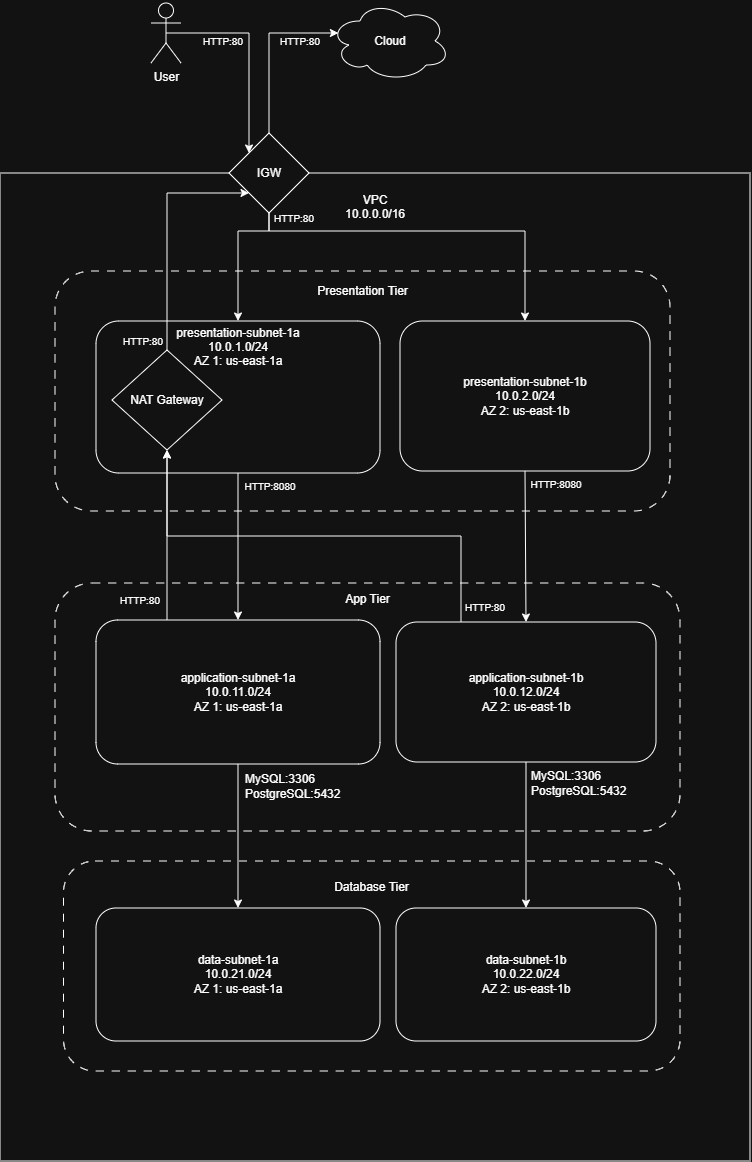
Earlier version of the draw.io export architecture/network-diagram.png (Jcaldana97/ce-project-three-tier-arch). Source tidied: cells renumbered, new cells last; positions are measured from the earlier drawing's top-left corner, leaving out a move shared by most shapes.
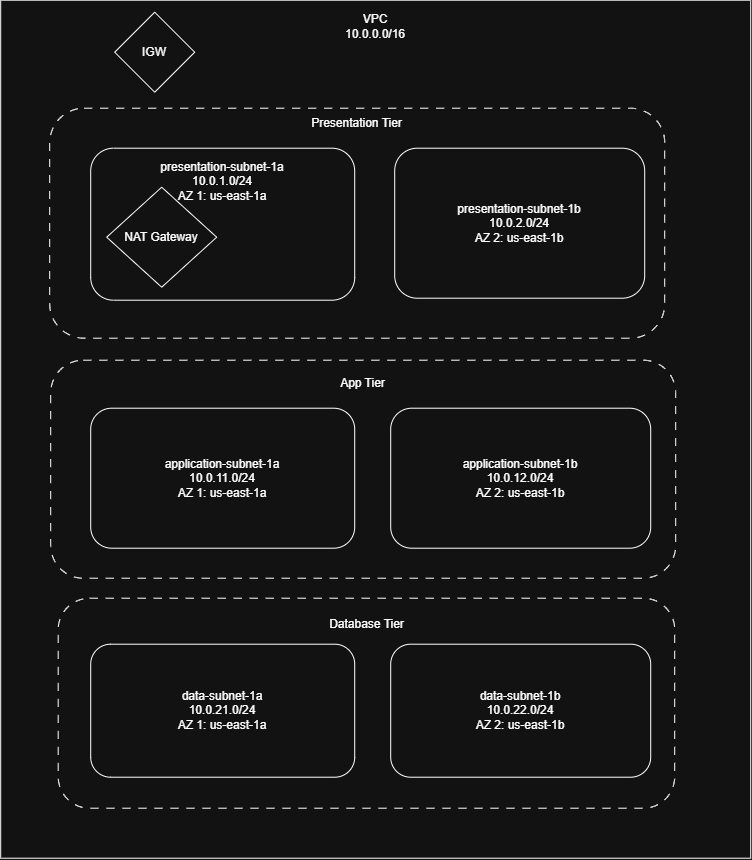
Above is the later version.

Commit message:
Add Traffic Flow Diagram

What changed in the source:
```diff
@@ -2,128 +2,41 @@
   <root>
     <mxCell id="0" />
     <mxCell id="1" parent="0" />
-    <mxCell id="2" value="&lt;div&gt;VPC&lt;/div&gt;&lt;div&gt;10.0.0.0/16&lt;/div&gt;&lt;div&gt;&lt;br&gt;&lt;/div&gt;&lt;div&gt;&lt;br&gt;&lt;/div&gt;&lt;div&gt;&lt;br&gt;&lt;/div&gt;&lt;div&gt;&lt;br&gt;&lt;/div&gt;&lt;div&gt;&lt;br&gt;&lt;/div&gt;&lt;div&gt;&lt;br&gt;&lt;/div&gt;&lt;div&gt;&lt;br&gt;&lt;/div&gt;&lt;div&gt;&lt;br&gt;&lt;/div&gt;&lt;div&gt;&lt;br&gt;&lt;/div&gt;&lt;div&gt;&lt;br&gt;&lt;/div&gt;&lt;div&gt;&lt;br&gt;&lt;/div&gt;&lt;div&gt;&lt;br&gt;&lt;/div&gt;&lt;div&gt;&lt;br&gt;&lt;/div&gt;&lt;div&gt;&lt;br&gt;&lt;/div&gt;&lt;div&gt;&lt;br&gt;&lt;/div&gt;&lt;div&gt;&lt;br&gt;&lt;/div&gt;&lt;div&gt;&lt;br&gt;&lt;/div&gt;&lt;div&gt;&lt;br&gt;&lt;/div&gt;&lt;div&gt;&lt;br&gt;&lt;/div&gt;&lt;div&gt;&lt;br&gt;&lt;/div&gt;&lt;div&gt;&lt;br&gt;&lt;/div&gt;&lt;div&gt;&lt;br&gt;&lt;/div&gt;&lt;div&gt;&lt;br&gt;&lt;/div&gt;&lt;div&gt;&lt;br&gt;&lt;/div&gt;&lt;div&gt;&lt;br&gt;&lt;/div&gt;&lt;div&gt;&lt;br&gt;&lt;/div&gt;&lt;div&gt;&lt;br&gt;&lt;/div&gt;&lt;div&gt;&lt;br&gt;&lt;/div&gt;&lt;div&gt;&lt;br&gt;&lt;/div&gt;&lt;div&gt;&lt;br&gt;&lt;/div&gt;&lt;div&gt;&lt;br&gt;&lt;/div&gt;&lt;div&gt;&lt;br&gt;&lt;/div&gt;&lt;div&gt;&lt;br&gt;&lt;/div&gt;&lt;div&gt;&lt;br&gt;&lt;/div&gt;&lt;div&gt;&lt;br&gt;&lt;/div&gt;&lt;div&gt;&lt;br&gt;&lt;/div&gt;&lt;div&gt;&lt;br&gt;&lt;/div&gt;&lt;div&gt;&lt;br&gt;&lt;/div&gt;&lt;div&gt;&lt;br&gt;&lt;/div&gt;&lt;div&gt;&lt;br&gt;&lt;/div&gt;&lt;div&gt;&lt;br&gt;&lt;/div&gt;&lt;div&gt;&lt;br&gt;&lt;/div&gt;&lt;div&gt;&lt;br&gt;&lt;/div&gt;&lt;div&gt;&lt;br&gt;&lt;/div&gt;&lt;div&gt;&lt;br&gt;&lt;/div&gt;&lt;div&gt;&lt;br&gt;&lt;/div&gt;&lt;div&gt;&lt;br&gt;&lt;/div&gt;&lt;div&gt;&lt;br&gt;&lt;/div&gt;&lt;div&gt;&lt;br&gt;&lt;/div&gt;&lt;div&gt;&lt;br&gt;&lt;/div&gt;&lt;div&gt;&lt;br&gt;&lt;/div&gt;&lt;div&gt;&lt;br&gt;&lt;/div&gt;&lt;div&gt;&lt;br&gt;&lt;/div&gt;&lt;div&gt;&lt;br&gt;&lt;/div&gt;&lt;div&gt;&lt;br&gt;&lt;/div&gt;&lt;div&gt;&lt;br&gt;&lt;/div&gt;&lt;div&gt;&lt;br&gt;&lt;/div&gt;&lt;div&gt;&lt;br&gt;&lt;/div&gt;&lt;div&gt;&lt;br&gt;&lt;/div&gt;&lt;div&gt;&lt;br&gt;&lt;/div&gt;&lt;div&gt;&lt;br&gt;&lt;/div&gt;&lt;div&gt;&lt;br&gt;&lt;/div&gt;&lt;div&gt;&lt;br&gt;&lt;/div&gt;&lt;div&gt;&lt;br&gt;&lt;/div&gt;" style="rounded=0;whiteSpace=wrap;html=1;" parent="1" vertex="1">
-      <mxGeometry y="172" width="750" height="988" as="geometry" />
+    <mxCell id="2" value="&lt;div&gt;VPC&lt;/div&gt;&lt;div&gt;10.0.0.0/16&lt;/div&gt;&lt;div&gt;&lt;br&gt;&lt;/div&gt;&lt;div&gt;&lt;br&gt;&lt;/div&gt;&lt;div&gt;&lt;br&gt;&lt;/div&gt;&lt;div&gt;&lt;br&gt;&lt;/div&gt;&lt;div&gt;&lt;br&gt;&lt;/div&gt;&lt;div&gt;&lt;br&gt;&lt;/div&gt;&lt;div&gt;&lt;br&gt;&lt;/div&gt;&lt;div&gt;&lt;br&gt;&lt;/div&gt;&lt;div&gt;&lt;br&gt;&lt;/div&gt;&lt;div&gt;&lt;br&gt;&lt;/div&gt;&lt;div&gt;&lt;br&gt;&lt;/div&gt;&lt;div&gt;&lt;br&gt;&lt;/div&gt;&lt;div&gt;&lt;br&gt;&lt;/div&gt;&lt;div&gt;&lt;br&gt;&lt;/div&gt;&lt;div&gt;&lt;br&gt;&lt;/div&gt;&lt;div&gt;&lt;br&gt;&lt;/div&gt;&lt;div&gt;&lt;br&gt;&lt;/div&gt;&lt;div&gt;&lt;br&gt;&lt;/div&gt;&lt;div&gt;&lt;br&gt;&lt;/div&gt;&lt;div&gt;&lt;br&gt;&lt;/div&gt;&lt;div&gt;&lt;br&gt;&lt;/div&gt;&lt;div&gt;&lt;br&gt;&lt;/div&gt;&lt;div&gt;&lt;br&gt;&lt;/div&gt;&lt;div&gt;&lt;br&gt;&lt;/div&gt;&lt;div&gt;&lt;br&gt;&lt;/div&gt;&lt;div&gt;&lt;br&gt;&lt;/div&gt;&lt;div&gt;&lt;br&gt;&lt;/div&gt;&lt;div&gt;&lt;br&gt;&lt;/div&gt;&lt;div&gt;&lt;br&gt;&lt;/div&gt;&lt;div&gt;&lt;br&gt;&lt;/div&gt;&lt;div&gt;&lt;br&gt;&lt;/div&gt;&lt;div&gt;&lt;br&gt;&lt;/div&gt;&lt;div&gt;&lt;br&gt;&lt;/div&gt;&lt;div&gt;&lt;br&gt;&lt;/div&gt;&lt;div&gt;&lt;br&gt;&lt;/div&gt;&lt;div&gt;&lt;br&gt;&lt;/div&gt;&lt;div&gt;&lt;br&gt;&lt;/div&gt;&lt;div&gt;&lt;br&gt;&lt;/div&gt;&lt;div&gt;&lt;br&gt;&lt;/div&gt;&lt;div&gt;&lt;br&gt;&lt;/div&gt;&lt;div&gt;&lt;br&gt;&lt;/div&gt;&lt;div&gt;&lt;br&gt;&lt;/div&gt;&lt;div&gt;&lt;br&gt;&lt;/div&gt;&lt;div&gt;&lt;br&gt;&lt;/div&gt;&lt;div&gt;&lt;br&gt;&lt;/div&gt;&lt;div&gt;&lt;br&gt;&lt;/div&gt;&lt;div&gt;&lt;br&gt;&lt;/div&gt;&lt;div&gt;&lt;br&gt;&lt;/div&gt;&lt;div&gt;&lt;br&gt;&lt;/div&gt;&lt;div&gt;&lt;br&gt;&lt;/div&gt;&lt;div&gt;&lt;br&gt;&lt;/div&gt;&lt;div&gt;&lt;br&gt;&lt;/div&gt;&lt;div&gt;&lt;br&gt;&lt;/div&gt;&lt;div&gt;&lt;br&gt;&lt;/div&gt;&lt;div&gt;&lt;br&gt;&lt;/div&gt;&lt;div&gt;&lt;br&gt;&lt;/div&gt;" style="rounded=0;whiteSpace=wrap;html=1;" parent="1" vertex="1">
+      <mxGeometry x="6" y="172" width="750" height="858" as="geometry" />
     </mxCell>
     <mxCell id="3" value="Presentation Tier&lt;br&gt;&lt;div&gt;&lt;span style=&quot;background-color: transparent; color: light-dark(rgb(0, 0, 0), rgb(255, 255, 255));&quot;&gt;&amp;nbsp; &amp;nbsp;&amp;nbsp;&lt;/span&gt;&lt;/div&gt;&lt;div&gt;&lt;br&gt;&lt;/div&gt;&lt;div&gt;&lt;br&gt;&lt;/div&gt;&lt;div&gt;&lt;br&gt;&lt;/div&gt;&lt;div&gt;&lt;br&gt;&lt;/div&gt;&lt;div&gt;&lt;br&gt;&lt;/div&gt;&lt;div&gt;&lt;br&gt;&lt;/div&gt;&lt;div&gt;&lt;br&gt;&lt;/div&gt;&lt;div&gt;&lt;br&gt;&lt;/div&gt;&lt;div&gt;&lt;br&gt;&lt;/div&gt;&lt;div&gt;&lt;br&gt;&lt;/div&gt;&lt;div&gt;&lt;br&gt;&lt;/div&gt;&lt;div&gt;&lt;br&gt;&lt;/div&gt;&lt;div&gt;&lt;br&gt;&lt;/div&gt;" style="rounded=1;whiteSpace=wrap;html=1;dashed=1;dashPattern=8 8;" parent="1" vertex="1">
-      <mxGeometry x="55" y="270" width="615" height="240" as="geometry" />
+      <mxGeometry x="55" y="280" width="615" height="230" as="geometry" />
     </mxCell>
-    <mxCell id="4" value="App Tier&lt;div&gt;&lt;br&gt;&lt;/div&gt;&lt;div&gt;&lt;br&gt;&lt;/div&gt;&lt;div&gt;&lt;br&gt;&lt;/div&gt;&lt;div&gt;&lt;br&gt;&lt;/div&gt;&lt;div&gt;&lt;br&gt;&lt;/div&gt;&lt;div&gt;&lt;br&gt;&lt;/div&gt;&lt;div&gt;&lt;br&gt;&lt;/div&gt;&lt;div&gt;&lt;br&gt;&lt;/div&gt;&lt;div&gt;&lt;br&gt;&lt;/div&gt;&lt;div&gt;&lt;br&gt;&lt;/div&gt;&lt;div&gt;&lt;br&gt;&lt;/div&gt;&lt;div&gt;&lt;br&gt;&lt;/div&gt;&lt;div&gt;&lt;br&gt;&lt;/div&gt;&lt;div&gt;&lt;br&gt;&lt;/div&gt;&lt;div&gt;&lt;br&gt;&lt;/div&gt;" style="rounded=1;whiteSpace=wrap;html=1;dashed=1;dashPattern=8 8;" parent="1" vertex="1">
-      <mxGeometry x="55" y="582" width="625" height="248" as="geometry" />
+    <mxCell id="4" value="App Tier&lt;div&gt;&lt;br&gt;&lt;/div&gt;&lt;div&gt;&lt;br&gt;&lt;/div&gt;&lt;div&gt;&lt;br&gt;&lt;/div&gt;&lt;div&gt;&lt;br&gt;&lt;/div&gt;&lt;div&gt;&lt;br&gt;&lt;/div&gt;&lt;div&gt;&lt;br&gt;&lt;/div&gt;&lt;div&gt;&lt;br&gt;&lt;/div&gt;&lt;div&gt;&lt;br&gt;&lt;/div&gt;&lt;div&gt;&lt;br&gt;&lt;/div&gt;&lt;div&gt;&lt;br&gt;&lt;/div&gt;&lt;div&gt;&lt;br&gt;&lt;/div&gt;&lt;div&gt;&lt;br&gt;&lt;/div&gt;" style="rounded=1;whiteSpace=wrap;html=1;dashed=1;dashPattern=8 8;" parent="1" vertex="1">
+      <mxGeometry x="56" y="532" width="625" height="218" as="geometry" />
     </mxCell>
-    <mxCell id="5" style="edgeStyle=orthogonalEdgeStyle;rounded=0;jettySize=auto;html=1;entryX=0.5;entryY=0;entryDx=0;entryDy=0;" parent="1" edge="1" source="6" target="9">
-      <mxGeometry relative="1" as="geometry" />
-    </mxCell>
-    <mxCell id="6" value="&lt;div&gt;presentation-subnet-1a&lt;/div&gt;&lt;div&gt;&lt;span style=&quot;font-size: 12px;&quot;&gt;10.0.1.0/24&lt;/span&gt;&lt;/div&gt;AZ 1: us-east-1a&lt;div&gt;&lt;br&gt;&lt;/div&gt;&lt;div&gt;&lt;br&gt;&lt;/div&gt;&lt;div&gt;&lt;br&gt;&lt;/div&gt;&lt;div&gt;&lt;br&gt;&lt;/div&gt;&lt;div&gt;&lt;br&gt;&lt;/div&gt;&lt;div&gt;&lt;br&gt;&lt;/div&gt;&lt;div&gt;&lt;br&gt;&lt;/div&gt;" style="rounded=1;whiteSpace=wrap;html=1;" parent="1" vertex="1">
-      <mxGeometry x="96" y="320" width="284" height="152" as="geometry" />
+    <mxCell id="6" value="&lt;div&gt;presentation-subnet-1a&lt;/div&gt;&lt;div&gt;&lt;span style=&quot;font-size: 12px;&quot;&gt;10.0.1.0/24&lt;/span&gt;&lt;/div&gt;AZ 1: us-east-1a&lt;div&gt;&lt;br&gt;&lt;/div&gt;&lt;div&gt;&lt;br&gt;&lt;/div&gt;&lt;div&gt;&lt;br&gt;&lt;/div&gt;&lt;div&gt;&lt;br&gt;&lt;/div&gt;&lt;div&gt;&lt;br&gt;&lt;/div&gt;&lt;div&gt;&lt;br&gt;&lt;/div&gt;" style="rounded=1;whiteSpace=wrap;html=1;" parent="1" vertex="1">
+      <mxGeometry x="96" y="320" width="264" height="152" as="geometry" />
     </mxCell>
     <mxCell id="7" value="&lt;div&gt;presentation-subnet-1b&lt;/div&gt;&lt;div&gt;&lt;span style=&quot;font-size: 12px;&quot;&gt;10.0.2.0/24&lt;/span&gt;&lt;/div&gt;AZ 2: us-east-1b" style="rounded=1;whiteSpace=wrap;html=1;" parent="1" vertex="1">
       <mxGeometry x="400" y="320" width="250" height="150" as="geometry" />
     </mxCell>
-    <mxCell id="8" style="edgeStyle=orthogonalEdgeStyle;rounded=0;jettySize=auto;html=1;exitX=0.25;exitY=0;exitDx=0;exitDy=0;" parent="1" edge="1" source="9" target="23">
-      <mxGeometry relative="1" as="geometry" />
-    </mxCell>
     <mxCell id="9" value="&lt;div&gt;application-subnet-1a&lt;/div&gt;&lt;div&gt;&lt;span style=&quot;font-size: 12px;&quot;&gt;10.0.11.0/24&lt;/span&gt;&lt;/div&gt;AZ 1: us-east-1a" style="rounded=1;whiteSpace=wrap;html=1;" parent="1" vertex="1">
-      <mxGeometry x="96" y="619" width="284" height="144" as="geometry" />
+      <mxGeometry x="96" y="580" width="264" height="140" as="geometry" />
     </mxCell>
     <mxCell id="10" value="&lt;div&gt;application-subnet-1b&lt;/div&gt;&lt;div&gt;&lt;span style=&quot;font-size: 12px;&quot;&gt;10.0.12.0/24&lt;/span&gt;&lt;/div&gt;AZ 2: us-east-1b" style="rounded=1;whiteSpace=wrap;html=1;" parent="1" vertex="1">
-      <mxGeometry x="396" y="621" width="260" height="140" as="geometry" />
+      <mxGeometry x="396" y="580" width="260" height="140" as="geometry" />
     </mxCell>
-    <mxCell id="11" style="edgeStyle=orthogonalEdgeStyle;rounded=0;jettySize=auto;html=1;exitX=0.5;exitY=0.5;exitDx=0;exitDy=0;exitPerimeter=0;entryX=0;entryY=0;entryDx=0;entryDy=0;" parent="1" edge="1" source="13" target="22">
-      <mxGeometry relative="1" as="geometry" />
-    </mxCell>
     <mxCell id="12" value="Database Tier&lt;div&gt;&lt;br&gt;&lt;/div&gt;&lt;div&gt;&lt;br&gt;&lt;/div&gt;&lt;div&gt;&lt;br&gt;&lt;/div&gt;&lt;div&gt;&lt;br&gt;&lt;/div&gt;&lt;div&gt;&lt;br&gt;&lt;/div&gt;&lt;div&gt;&lt;br&gt;&lt;/div&gt;&lt;div&gt;&lt;br&gt;&lt;/div&gt;&lt;div&gt;&lt;br&gt;&lt;/div&gt;&lt;div&gt;&lt;br&gt;&lt;/div&gt;&lt;div&gt;&lt;br&gt;&lt;/div&gt;&lt;div&gt;&lt;br&gt;&lt;/div&gt;" style="rounded=1;whiteSpace=wrap;html=1;dashed=1;dashPattern=8 8;" parent="1" vertex="1">
-      <mxGeometry x="63.5" y="860" width="616.5" height="210" as="geometry" />
+      <mxGeometry x="63.5" y="770" width="616.5" height="210" as="geometry" />
     </mxCell>
-    <mxCell id="13" value="User" style="shape=umlActor;verticalLabelPosition=bottom;verticalAlign=top;html=1;outlineConnect=0;" parent="1" vertex="1">
-      <mxGeometry x="151" y="2" width="30" height="60" as="geometry" />
-    </mxCell>
     <mxCell id="14" value="&lt;div&gt;data-subnet-1a&lt;/div&gt;&lt;div&gt;&lt;span style=&quot;font-size: 12px;&quot;&gt;10.0.21.0/24&lt;/span&gt;&lt;/div&gt;AZ 1: us-east-1a" style="rounded=1;whiteSpace=wrap;html=1;" parent="1" vertex="1">
-      <mxGeometry x="96" y="907" width="284" height="133" as="geometry" />
+      <mxGeometry x="96" y="816" width="264" height="133" as="geometry" />
     </mxCell>
-    <mxCell id="15" style="endArrow=classic;html=1;rounded=0;edgeStyle=orthogonalEdgeStyle;exitX=0.5;exitY=1;exitDx=0;exitDy=0;entryX=0.5;entryY=0;entryDx=0;entryDy=0;" parent="1" edge="1" source="22" target="6">
-      <mxGeometry relative="1" as="geometry">
-        <Array as="points">
-          <mxPoint x="269" y="230" />
-          <mxPoint x="238" y="230" />
-        </Array>
-      </mxGeometry>
-    </mxCell>
-    <mxCell id="16" style="endArrow=classic;html=1;rounded=0;exitX=0.5;exitY=1;exitDx=0;exitDy=0;entryX=0.5;entryY=0;entryDx=0;entryDy=0;" parent="1" edge="1" source="9" target="14">
-      <mxGeometry relative="1" as="geometry" />
-    </mxCell>
-    <mxCell id="17" value="Cloud" style="ellipse;shape=cloud;whiteSpace=wrap;html=1;" parent="1" vertex="1">
-      <mxGeometry x="330" width="120" height="80" as="geometry" />
-    </mxCell>
-    <mxCell id="18" style="edgeStyle=orthogonalEdgeStyle;rounded=0;jettySize=auto;html=1;exitX=0.5;exitY=0;exitDx=0;exitDy=0;entryX=0;entryY=1;entryDx=0;entryDy=0;" parent="1" edge="1" source="23" target="22">
-      <mxGeometry relative="1" as="geometry">
-        <Array as="points">
-          <mxPoint x="167" y="192" />
-        </Array>
-      </mxGeometry>
-    </mxCell>
-    <mxCell id="19" value="&lt;font style=&quot;font-size: 10px;&quot;&gt;HTTP:80&lt;/font&gt;" style="text;html=1;whiteSpace=wrap;strokeColor=none;fillColor=none;align=center;verticalAlign=middle;rounded=0;" parent="1" vertex="1">
-      <mxGeometry x="264" y="207" width="60" height="20" as="geometry" />
-    </mxCell>
-    <mxCell id="20" value="&lt;font style=&quot;font-size: 10px;&quot;&gt;HTTP:8080&lt;/font&gt;" style="text;html=1;whiteSpace=wrap;strokeColor=none;fillColor=none;align=center;verticalAlign=middle;rounded=0;" parent="1" vertex="1">
-      <mxGeometry x="526" y="473" width="60" height="20" as="geometry" />
-    </mxCell>
-    <mxCell id="21" style="edgeStyle=orthogonalEdgeStyle;rounded=0;jettySize=auto;html=1;entryX=0.5;entryY=0;entryDx=0;entryDy=0;exitX=0.5;exitY=1;exitDx=0;exitDy=0;" parent="1" edge="1" source="22" target="7">
-      <mxGeometry relative="1" as="geometry">
-        <Array as="points">
-          <mxPoint x="269" y="230" />
-          <mxPoint x="525" y="230" />
-        </Array>
-      </mxGeometry>
-    </mxCell>
     <mxCell id="22" value="IGW" style="rhombus;whiteSpace=wrap;html=1;" parent="1" vertex="1">
-      <mxGeometry x="229" y="132" width="80" height="80" as="geometry" />
+      <mxGeometry x="120" y="184" width="80" height="80" as="geometry" />
     </mxCell>
     <mxCell id="23" value="NAT Gateway" style="rhombus;whiteSpace=wrap;html=1;" parent="1" vertex="1">
-      <mxGeometry x="112" y="349" width="110" height="100" as="geometry" />
+      <mxGeometry x="112" y="359" width="110" height="100" as="geometry" />
     </mxCell>
-    <mxCell id="24" value="&lt;font style=&quot;font-size: 10px;&quot;&gt;HTTP:80&lt;/font&gt;" style="text;html=1;whiteSpace=wrap;strokeColor=none;fillColor=none;align=center;verticalAlign=middle;rounded=0;" parent="1" vertex="1">
-      <mxGeometry x="270" y="30" width="60" height="20" as="geometry" />
-    </mxCell>
-    <mxCell id="25" value="&lt;font style=&quot;font-size: 10px;&quot;&gt;HTTP:80&lt;/font&gt;" style="text;html=1;whiteSpace=wrap;strokeColor=none;fillColor=none;align=center;verticalAlign=middle;rounded=0;" parent="1" vertex="1">
-      <mxGeometry x="455" y="596" width="60" height="20" as="geometry" />
-    </mxCell>
-    <mxCell id="26" value="&lt;font style=&quot;font-size: 10px;&quot;&gt;HTTP:8080&lt;/font&gt;" style="text;html=1;whiteSpace=wrap;strokeColor=none;fillColor=none;align=center;verticalAlign=middle;rounded=0;" parent="1" vertex="1">
-      <mxGeometry x="240" y="475" width="60" height="20" as="geometry" />
-    </mxCell>
-    <mxCell id="27" value="&lt;font style=&quot;font-size: 10px;&quot;&gt;HTTP:80&lt;/font&gt;" style="text;html=1;whiteSpace=wrap;strokeColor=none;fillColor=none;align=center;verticalAlign=middle;rounded=0;" parent="1" vertex="1">
-      <mxGeometry x="110" y="589" width="60" height="20" as="geometry" />
-    </mxCell>
-    <mxCell id="28" value="&lt;font style=&quot;font-size: 10px;&quot;&gt;HTTP:80&lt;/font&gt;" style="text;html=1;whiteSpace=wrap;strokeColor=none;fillColor=none;align=center;verticalAlign=middle;rounded=0;" parent="1" vertex="1">
-      <mxGeometry x="113" y="330" width="60" height="20" as="geometry" />
-    </mxCell>
-    <mxCell id="29" style="endArrow=classic;html=1;rounded=0;exitX=0.25;exitY=0;exitDx=0;exitDy=0;entryX=0.5;entryY=1;entryDx=0;entryDy=0;edgeStyle=orthogonalEdgeStyle;" parent="1" edge="1" source="10" target="23">
-      <mxGeometry relative="1" as="geometry" />
-    </mxCell>
-    <mxCell id="30" style="endArrow=classic;html=1;rounded=0;exitX=0.5;exitY=1;exitDx=0;exitDy=0;entryX=0.5;entryY=0;entryDx=0;entryDy=0;" parent="1" edge="1" source="7" target="10">
-      <mxGeometry relative="1" as="geometry" />
-    </mxCell>
-    <mxCell id="31" value="&lt;font style=&quot;font-size: 10px;&quot;&gt;HTTP:80&lt;/font&gt;" style="text;html=1;whiteSpace=wrap;strokeColor=none;fillColor=none;align=center;verticalAlign=middle;rounded=0;" parent="1" vertex="1">
-      <mxGeometry x="193" y="30" width="60" height="20" as="geometry" />
-    </mxCell>
     <mxCell id="32" value="&lt;div&gt;data-subnet-1b&lt;/div&gt;&lt;div&gt;&lt;span style=&quot;font-size: 12px;&quot;&gt;10.0.22.0/24&lt;/span&gt;&lt;/div&gt;AZ 2: us-east-1b" style="rounded=1;whiteSpace=wrap;html=1;" parent="1" vertex="1">
-      <mxGeometry x="396" y="907" width="260" height="133" as="geometry" />
+      <mxGeometry x="396" y="816" width="260" height="133" as="geometry" />
     </mxCell>
-    <mxCell id="33" style="endArrow=classic;html=1;rounded=0;exitX=0.5;exitY=1;exitDx=0;exitDy=0;entryX=0.5;entryY=0;entryDx=0;entryDy=0;" parent="1" edge="1" source="10" target="32">
-      <mxGeometry relative="1" as="geometry" />
-    </mxCell>
-    <mxCell id="34" value="MySQL:3306&lt;div&gt;PostgreSQL:5432&lt;/div&gt;" style="text;html=1;whiteSpace=wrap;strokeColor=none;fillColor=none;align=left;verticalAlign=middle;rounded=0;" parent="1" vertex="1">
-      <mxGeometry x="243" y="770" width="107" height="30" as="geometry" />
-    </mxCell>
-    <mxCell id="35" value="MySQL:3306&lt;div&gt;PostgreSQL:5432&lt;/div&gt;" style="text;html=1;whiteSpace=wrap;strokeColor=none;fillColor=none;align=left;verticalAlign=middle;rounded=0;" parent="1" vertex="1">
-      <mxGeometry x="529" y="767" width="107" height="30" as="geometry" />
-    </mxCell>
-    <mxCell id="36" style="endArrow=classic;html=1;rounded=0;exitX=0.5;exitY=0;exitDx=0;exitDy=0;entryX=0.07;entryY=0.4;entryDx=0;entryDy=0;entryPerimeter=0;edgeStyle=orthogonalEdgeStyle;" parent="1" edge="1" source="22" target="17">
-      <mxGeometry relative="1" as="geometry">
-        <Array as="points">
-          <mxPoint x="269" y="32" />
-        </Array>
-      </mxGeometry>
-    </mxCell>
   </root>
 </mxGraphModel>
```
